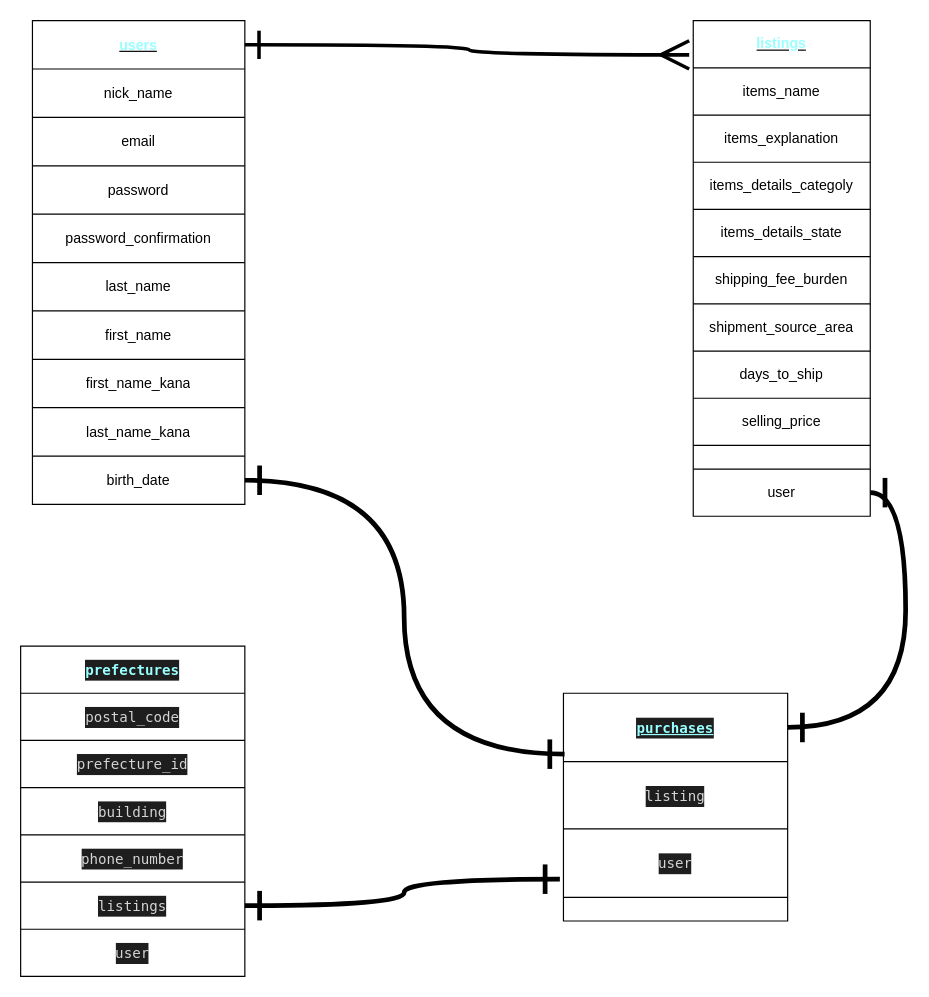
This is ER.dio from RyouheiMatsuyama/furima-32988, a draw.io file, before an edit. Source tidied: cells renumbered, new cells numbered last; positions are measured from the earlier drawing's top-left corner, leaving out a move shared by most shapes. Both pictures are drawn from the tidied source at 118%, with x=0, y=0 at pixel (20, 20).
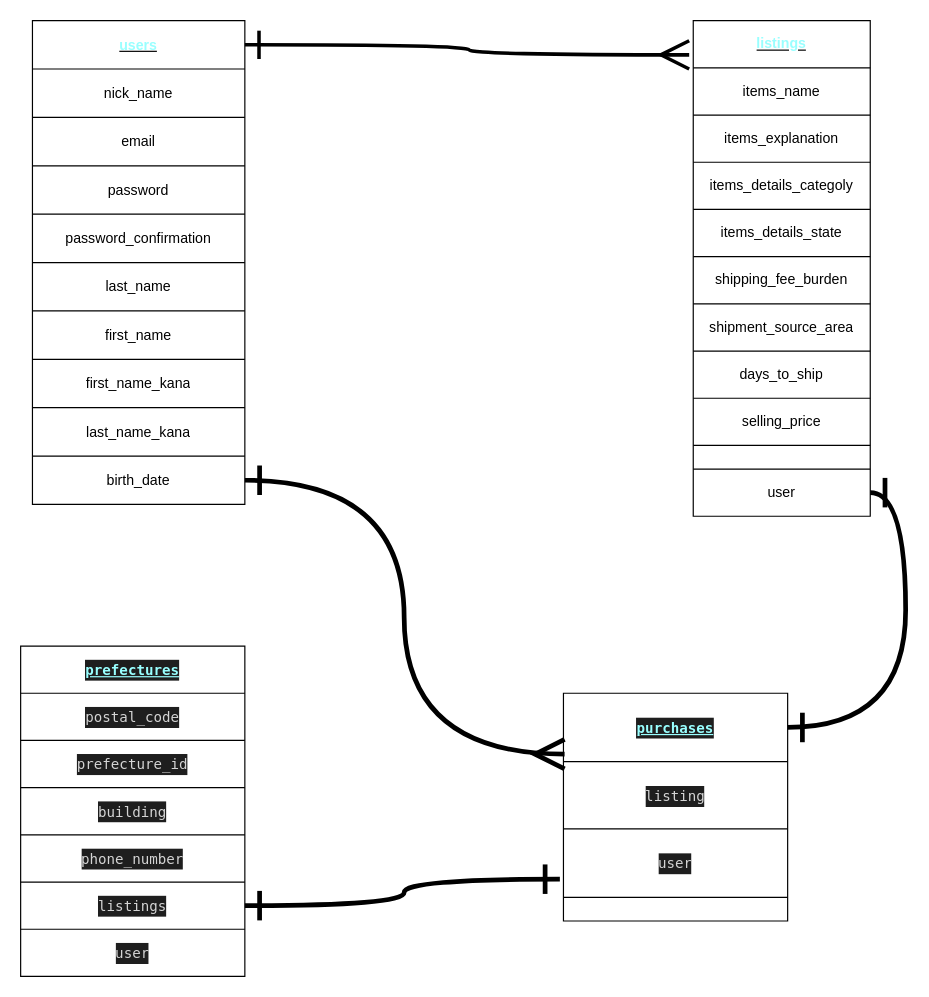
Above is the later version.

The change refers to these unchanged cells:
```xml
<mxCell id="21" style="shape=partialRectangle;html=1;whiteSpace=wrap;fillColor=none;top=0;left=0;bottom=0;right=0;points=[[0,0.5],[1,0.5]];portConstraint=eastwest;" parent="2" vertex="1">
  <mxGeometry y="369" width="180" height="41" as="geometry" />
</mxCell>
<mxCell id="48" style="shape=partialRectangle;html=1;whiteSpace=wrap;fillColor=none;top=0;left=0;bottom=0;right=0;points=[[0,0.5],[1,0.5]];portConstraint=eastwest;" parent="47" vertex="1">
  <mxGeometry width="190" height="58" as="geometry" />
</mxCell>
<mxCell id="57" style="shape=partialRectangle;html=1;whiteSpace=wrap;fillColor=none;top=0;left=0;bottom=0;right=0;" parent="56" vertex="1">
  <mxGeometry width="190" height="40" as="geometry" />
</mxCell>
```

The edit, as a diff of the source:
```diff
@@
-    <mxCell id="58" value="&lt;div style=&quot;background-color: rgb(30 , 30 , 30) ; font-family: &amp;#34;menlo&amp;#34; , &amp;#34;monaco&amp;#34; , &amp;#34;courier new&amp;#34; , monospace ; line-height: 18px&quot;&gt;&lt;span style=&quot;font-weight: bold&quot;&gt;&lt;font color=&quot;#99ffff&quot;&gt;prefectures&lt;/font&gt;&lt;/span&gt;&lt;/div&gt;" style="shape=partialRectangle;html=1;whiteSpace=wrap;overflow=hidden;fillColor=none;top=0;left=0;bottom=0;right=0;" parent="57" vertex="1">
+    <mxCell id="58" value="&lt;div style=&quot;background-color: rgb(30 , 30 , 30) ; font-family: &amp;#34;menlo&amp;#34; , &amp;#34;monaco&amp;#34; , &amp;#34;courier new&amp;#34; , monospace ; line-height: 18px&quot;&gt;&lt;span style=&quot;font-weight: bold&quot;&gt;&lt;font color=&quot;#99ffff&quot;&gt;&lt;u&gt;prefectures&lt;/u&gt;&lt;/font&gt;&lt;/span&gt;&lt;/div&gt;" style="shape=partialRectangle;html=1;whiteSpace=wrap;overflow=hidden;fillColor=none;top=0;left=0;bottom=0;right=0;" parent="57" vertex="1">
       <mxGeometry width="190" height="40" as="geometry" />
     </mxCell>
@@
-    <mxCell id="71" style="edgeStyle=orthogonalEdgeStyle;curved=1;rounded=0;jettySize=auto;html=1;exitX=1;exitY=0.5;exitDx=0;exitDy=0;entryX=0.005;entryY=0.89;entryDx=0;entryDy=0;entryPerimeter=0;startArrow=ERone;startFill=0;startSize=20;endArrow=ERone;endFill=0;endSize=20;strokeWidth=4;" parent="1" edge="1" source="21" target="48">
+    <mxCell id="71" style="edgeStyle=orthogonalEdgeStyle;curved=1;rounded=0;jettySize=auto;html=1;exitX=1;exitY=0.5;exitDx=0;exitDy=0;entryX=0.005;entryY=0.89;entryDx=0;entryDy=0;entryPerimeter=0;startArrow=ERone;startFill=0;startSize=20;endArrow=ERmany;endFill=0;endSize=20;strokeWidth=4;" parent="1" edge="1" source="21" target="48">
       <mxGeometry relative="1" as="geometry" />
     </mxCell>
```
